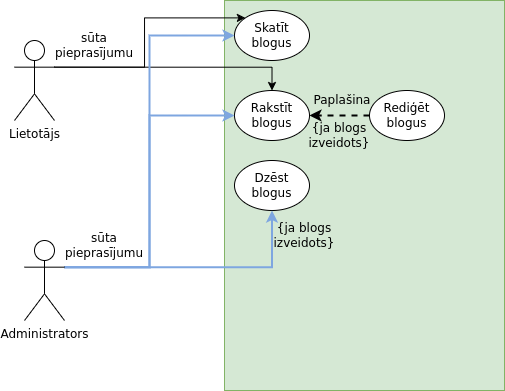
Earlier version of the draw.io export src/components/ucd.png (SilvisPilvis/useCaseDiagram). Source tidied: cells renumbered, new cells last; positions are measured from the earlier drawing's top-left corner, leaving out a move shared by most shapes. Source of this version:
```xml
<mxGraphModel>
  <root>
    <mxCell id="0" />
    <mxCell id="1" parent="0" />
    <mxCell id="2" style="rounded=0;whiteSpace=wrap;html=1;fillColor=#d5e8d4;strokeColor=#82b366;" parent="1" vertex="1">
      <mxGeometry x="210" width="280" height="390" as="geometry" />
    </mxCell>
    <mxCell id="3" style="edgeStyle=orthogonalEdgeStyle;rounded=0;jettySize=auto;html=1;exitX=1;exitY=0.3333333333333333;exitDx=0;exitDy=0;exitPerimeter=0;entryX=0.5;entryY=0;entryDx=0;entryDy=0;" parent="1" edge="1" source="5" target="7">
      <mxGeometry relative="1" as="geometry" />
    </mxCell>
    <mxCell id="4" style="edgeStyle=orthogonalEdgeStyle;rounded=0;jettySize=auto;html=1;exitX=1;exitY=0.3333333333333333;exitDx=0;exitDy=0;exitPerimeter=0;entryX=0;entryY=0;entryDx=0;entryDy=0;" parent="1" edge="1" source="5" target="6">
      <mxGeometry relative="1" as="geometry" />
    </mxCell>
    <mxCell id="5" value="Lietotājs" style="shape=umlActor;verticalLabelPosition=bottom;verticalAlign=top;html=1;outlineConnect=0;" parent="1" vertex="1">
      <mxGeometry y="40" width="40" height="80" as="geometry" />
    </mxCell>
    <mxCell id="6" value="Skatīt blogus" style="ellipse;whiteSpace=wrap;html=1;" parent="1" vertex="1">
      <mxGeometry x="220" y="10" width="75" height="50" as="geometry" />
    </mxCell>
    <mxCell id="7" value="Rakstīt blogus" style="ellipse;whiteSpace=wrap;html=1;" parent="1" vertex="1">
      <mxGeometry x="220" y="90" width="75" height="50" as="geometry" />
    </mxCell>
    <mxCell id="8" style="edgeStyle=orthogonalEdgeStyle;rounded=0;jettySize=auto;html=1;exitX=0;exitY=0.5;exitDx=0;exitDy=0;entryX=1;entryY=0.5;entryDx=0;entryDy=0;strokeWidth=2;dashed=1;" parent="1" edge="1" source="9" target="7">
      <mxGeometry relative="1" as="geometry" />
    </mxCell>
    <mxCell id="9" value="Rediģēt blogus" style="ellipse;whiteSpace=wrap;html=1;" parent="1" vertex="1">
      <mxGeometry x="355" y="90" width="75" height="50" as="geometry" />
    </mxCell>
    <mxCell id="10" value="Dzēst blogus" style="ellipse;whiteSpace=wrap;html=1;" parent="1" vertex="1">
      <mxGeometry x="220" y="160" width="75" height="50" as="geometry" />
    </mxCell>
    <mxCell id="11" value="Paplašina" style="text;html=1;strokeColor=none;fillColor=none;align=center;verticalAlign=middle;whiteSpace=wrap;rounded=0;" parent="1" vertex="1">
      <mxGeometry x="297.5" y="90" width="60" height="20" as="geometry" />
    </mxCell>
    <mxCell id="12" value="{ja blogs izveidots}" style="text;html=1;strokeColor=none;fillColor=none;align=center;verticalAlign=middle;whiteSpace=wrap;rounded=0;" parent="1" vertex="1">
      <mxGeometry x="295" y="120" width="60" height="30" as="geometry" />
    </mxCell>
    <mxCell id="13" style="edgeStyle=orthogonalEdgeStyle;rounded=0;jettySize=auto;html=1;exitX=1;exitY=0.3333333333333333;exitDx=0;exitDy=0;exitPerimeter=0;entryX=0;entryY=0.5;entryDx=0;entryDy=0;strokeColor=#7EA6E0;strokeWidth=2;" parent="1" edge="1" source="16" target="6">
      <mxGeometry relative="1" as="geometry" />
    </mxCell>
    <mxCell id="14" style="edgeStyle=orthogonalEdgeStyle;rounded=0;jettySize=auto;html=1;exitX=1;exitY=0.3333333333333333;exitDx=0;exitDy=0;exitPerimeter=0;entryX=0.5;entryY=1;entryDx=0;entryDy=0;strokeWidth=2;strokeColor=#7EA6E0;" parent="1" edge="1" source="16" target="10">
      <mxGeometry relative="1" as="geometry" />
    </mxCell>
    <mxCell id="15" style="edgeStyle=orthogonalEdgeStyle;rounded=0;jettySize=auto;html=1;exitX=1;exitY=0.3333333333333333;exitDx=0;exitDy=0;exitPerimeter=0;entryX=0;entryY=0.5;entryDx=0;entryDy=0;strokeWidth=2;strokeColor=#7EA6E0;" parent="1" edge="1" source="16" target="7">
      <mxGeometry relative="1" as="geometry" />
    </mxCell>
    <mxCell id="16" value="Administrators" style="shape=umlActor;verticalLabelPosition=bottom;verticalAlign=top;html=1;outlineConnect=0;" parent="1" vertex="1">
      <mxGeometry x="10" y="240" width="40" height="80" as="geometry" />
    </mxCell>
    <mxCell id="17" value="{ja blogs izveidots}" style="text;html=1;strokeColor=none;fillColor=none;align=center;verticalAlign=middle;whiteSpace=wrap;rounded=0;" parent="1" vertex="1">
      <mxGeometry x="260" y="220" width="60" height="30" as="geometry" />
    </mxCell>
    <mxCell id="18" value="sūta pieprasījumu" style="text;html=1;strokeColor=none;fillColor=none;align=center;verticalAlign=middle;whiteSpace=wrap;rounded=0;" parent="1" vertex="1">
      <mxGeometry x="40" y="30" width="80" height="30" as="geometry" />
    </mxCell>
    <mxCell id="19" value="sūta pieprasījumu" style="text;html=1;strokeColor=none;fillColor=none;align=center;verticalAlign=middle;whiteSpace=wrap;rounded=0;" parent="1" vertex="1">
      <mxGeometry x="50" y="230" width="80" height="30" as="geometry" />
    </mxCell>
  </root>
</mxGraphModel>
```
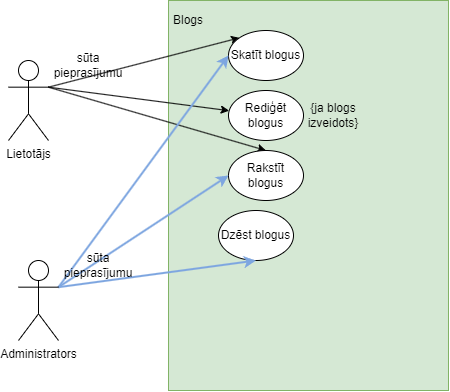
Later version of the same file.

The edit, as a diff of the source:
```diff
@@ -2,59 +2,56 @@
   <root>
     <mxCell id="0" />
     <mxCell id="1" parent="0" />
-    <mxCell id="2" style="rounded=0;whiteSpace=wrap;html=1;fillColor=#d5e8d4;strokeColor=#82b366;" parent="1" vertex="1">
-      <mxGeometry x="210" width="280" height="390" as="geometry" />
-    </mxCell>
+    <mxCell id="20" style="rounded=0;whiteSpace=wrap;html=1;fillColor=#d5e8d4;strokeColor=#82b366;" parent="1" vertex="1">
+      <mxGeometry x="170" y="-20" width="280" height="390" as="geometry" />
+    </mxCell>
-    <mxCell id="3" style="edgeStyle=orthogonalEdgeStyle;rounded=0;jettySize=auto;html=1;exitX=1;exitY=0.3333333333333333;exitDx=0;exitDy=0;exitPerimeter=0;entryX=0.5;entryY=0;entryDx=0;entryDy=0;" parent="1" edge="1" source="5" target="7">
+    <mxCell id="3" style="rounded=0;jettySize=auto;html=1;exitX=1;exitY=0.3333333333333333;exitDx=0;exitDy=0;exitPerimeter=0;entryX=0.5;entryY=0;entryDx=0;entryDy=0;" parent="1" edge="1" source="5" target="7">
       <mxGeometry relative="1" as="geometry" />
     </mxCell>
-    <mxCell id="4" style="edgeStyle=orthogonalEdgeStyle;rounded=0;jettySize=auto;html=1;exitX=1;exitY=0.3333333333333333;exitDx=0;exitDy=0;exitPerimeter=0;entryX=0;entryY=0;entryDx=0;entryDy=0;" parent="1" edge="1" source="5" target="6">
+    <mxCell id="4" style="rounded=0;jettySize=auto;html=1;exitX=1;exitY=0.3333333333333333;exitDx=0;exitDy=0;exitPerimeter=0;entryX=0;entryY=0;entryDx=0;entryDy=0;" parent="1" edge="1" source="5" target="6">
       <mxGeometry relative="1" as="geometry" />
     </mxCell>
+    <mxCell id="21" style="rounded=0;jettySize=auto;html=1;exitX=1;exitY=0.3333333333333333;exitDx=0;exitDy=0;exitPerimeter=0;" parent="1" edge="1" source="5" target="9">
+      <mxGeometry relative="1" as="geometry" />
+    </mxCell>
     <mxCell id="5" value="Lietotājs" style="shape=umlActor;verticalLabelPosition=bottom;verticalAlign=top;html=1;outlineConnect=0;" parent="1" vertex="1">
-      <mxGeometry y="40" width="40" height="80" as="geometry" />
+      <mxGeometry x="10" y="40" width="40" height="80" as="geometry" />
     </mxCell>
     <mxCell id="6" value="Skatīt blogus" style="ellipse;whiteSpace=wrap;html=1;" parent="1" vertex="1">
-      <mxGeometry x="220" y="10" width="75" height="50" as="geometry" />
+      <mxGeometry x="230" y="10" width="75" height="50" as="geometry" />
     </mxCell>
     <mxCell id="7" value="Rakstīt blogus" style="ellipse;whiteSpace=wrap;html=1;" parent="1" vertex="1">
-      <mxGeometry x="220" y="90" width="75" height="50" as="geometry" />
+      <mxGeometry x="230" y="130" width="75" height="50" as="geometry" />
     </mxCell>
-    <mxCell id="8" style="edgeStyle=orthogonalEdgeStyle;rounded=0;jettySize=auto;html=1;exitX=0;exitY=0.5;exitDx=0;exitDy=0;entryX=1;entryY=0.5;entryDx=0;entryDy=0;strokeWidth=2;dashed=1;" parent="1" edge="1" source="9" target="7">
-      <mxGeometry relative="1" as="geometry" />
-    </mxCell>
     <mxCell id="9" value="Rediģēt blogus" style="ellipse;whiteSpace=wrap;html=1;" parent="1" vertex="1">
-      <mxGeometry x="355" y="90" width="75" height="50" as="geometry" />
+      <mxGeometry x="230" y="70" width="75" height="50" as="geometry" />
     </mxCell>
     <mxCell id="10" value="Dzēst blogus" style="ellipse;whiteSpace=wrap;html=1;" parent="1" vertex="1">
-      <mxGeometry x="220" y="160" width="75" height="50" as="geometry" />
+      <mxGeometry x="220" y="190" width="75" height="50" as="geometry" />
     </mxCell>
-    <mxCell id="11" value="Paplašina" style="text;html=1;strokeColor=none;fillColor=none;align=center;verticalAlign=middle;whiteSpace=wrap;rounded=0;" parent="1" vertex="1">
-      <mxGeometry x="297.5" y="90" width="60" height="20" as="geometry" />
-    </mxCell>
-    <mxCell id="12" value="{ja blogs izveidots}" style="text;html=1;strokeColor=none;fillColor=none;align=center;verticalAlign=middle;whiteSpace=wrap;rounded=0;" parent="1" vertex="1">
-      <mxGeometry x="295" y="120" width="60" height="30" as="geometry" />
-    </mxCell>
-    <mxCell id="13" style="edgeStyle=orthogonalEdgeStyle;rounded=0;jettySize=auto;html=1;exitX=1;exitY=0.3333333333333333;exitDx=0;exitDy=0;exitPerimeter=0;entryX=0;entryY=0.5;entryDx=0;entryDy=0;strokeColor=#7EA6E0;strokeWidth=2;" parent="1" edge="1" source="16" target="6">
+    <mxCell id="13" style="rounded=0;jettySize=auto;html=1;exitX=1;exitY=0.3333333333333333;exitDx=0;exitDy=0;exitPerimeter=0;entryX=0;entryY=0.5;entryDx=0;entryDy=0;strokeColor=#7EA6E0;strokeWidth=2;" parent="1" edge="1" source="16" target="6">
       <mxGeometry relative="1" as="geometry" />
     </mxCell>
-    <mxCell id="14" style="edgeStyle=orthogonalEdgeStyle;rounded=0;jettySize=auto;html=1;exitX=1;exitY=0.3333333333333333;exitDx=0;exitDy=0;exitPerimeter=0;entryX=0.5;entryY=1;entryDx=0;entryDy=0;strokeWidth=2;strokeColor=#7EA6E0;" parent="1" edge="1" source="16" target="10">
+    <mxCell id="14" style="rounded=0;jettySize=auto;html=1;exitX=1;exitY=0.3333333333333333;exitDx=0;exitDy=0;exitPerimeter=0;entryX=0.5;entryY=1;entryDx=0;entryDy=0;strokeWidth=2;strokeColor=#7EA6E0;" parent="1" edge="1" source="16" target="10">
       <mxGeometry relative="1" as="geometry" />
     </mxCell>
-    <mxCell id="15" style="edgeStyle=orthogonalEdgeStyle;rounded=0;jettySize=auto;html=1;exitX=1;exitY=0.3333333333333333;exitDx=0;exitDy=0;exitPerimeter=0;entryX=0;entryY=0.5;entryDx=0;entryDy=0;strokeWidth=2;strokeColor=#7EA6E0;" parent="1" edge="1" source="16" target="7">
+    <mxCell id="15" style="rounded=0;jettySize=auto;html=1;exitX=1;exitY=0.3333333333333333;exitDx=0;exitDy=0;exitPerimeter=0;entryX=0;entryY=0.5;entryDx=0;entryDy=0;strokeWidth=2;strokeColor=#7EA6E0;" parent="1" edge="1" source="16" target="7">
       <mxGeometry relative="1" as="geometry" />
     </mxCell>
     <mxCell id="16" value="Administrators" style="shape=umlActor;verticalLabelPosition=bottom;verticalAlign=top;html=1;outlineConnect=0;" parent="1" vertex="1">
-      <mxGeometry x="10" y="240" width="40" height="80" as="geometry" />
+      <mxGeometry x="20" y="240" width="40" height="80" as="geometry" />
     </mxCell>
-    <mxCell id="17" value="{ja blogs izveidots}" style="text;html=1;strokeColor=none;fillColor=none;align=center;verticalAlign=middle;whiteSpace=wrap;rounded=0;" parent="1" vertex="1">
-      <mxGeometry x="260" y="220" width="60" height="30" as="geometry" />
-    </mxCell>
-    <mxCell id="18" value="sūta pieprasījumu" style="text;html=1;strokeColor=none;fillColor=none;align=center;verticalAlign=middle;whiteSpace=wrap;rounded=0;" parent="1" vertex="1">
-      <mxGeometry x="40" y="30" width="80" height="30" as="geometry" />
-    </mxCell>
-    <mxCell id="19" value="sūta pieprasījumu" style="text;html=1;strokeColor=none;fillColor=none;align=center;verticalAlign=middle;whiteSpace=wrap;rounded=0;" parent="1" vertex="1">
-      <mxGeometry x="50" y="230" width="80" height="30" as="geometry" />
-    </mxCell>
+    <mxCell id="22" value="{ja blogs izveidots}" style="text;html=1;strokeColor=none;fillColor=none;align=center;verticalAlign=middle;whiteSpace=wrap;rounded=0;" parent="1" vertex="1">
+      <mxGeometry x="305" y="80" width="60" height="30" as="geometry" />
+    </mxCell>
+    <mxCell id="23" value="sūta pieprasījumu" style="text;html=1;strokeColor=none;fillColor=none;align=center;verticalAlign=middle;whiteSpace=wrap;rounded=0;" parent="1" vertex="1">
+      <mxGeometry x="50" y="30" width="80" height="30" as="geometry" />
+    </mxCell>
+    <mxCell id="24" value="sūta pieprasījumu" style="text;html=1;strokeColor=none;fillColor=none;align=center;verticalAlign=middle;whiteSpace=wrap;rounded=0;" parent="1" vertex="1">
+      <mxGeometry x="60" y="230" width="80" height="30" as="geometry" />
+    </mxCell>
+    <mxCell id="25" value="Blogs" style="text;html=1;strokeColor=none;fillColor=none;align=center;verticalAlign=middle;whiteSpace=wrap;rounded=0;" parent="1" vertex="1">
+      <mxGeometry x="170" y="-10" width="40" height="20" as="geometry" />
+    </mxCell>
   </root>
 </mxGraphModel>
```
